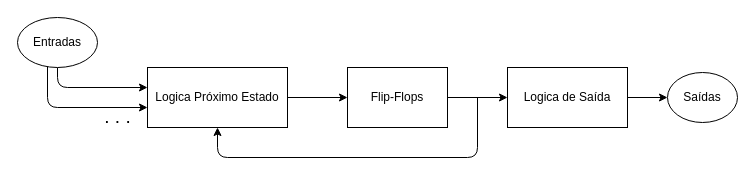
Above: Relatorios/FSM/MaquinaMoore.drawio in LPI-2020/AWR-19 (draw.io), before the change. Source tidied: cells renumbered, new cells numbered last; positions are measured from the earlier drawing's top-left corner, leaving out a move shared by most shapes. Both pictures are drawn from the tidied source at 100%, with x=0, y=0 at pixel (17, 17).
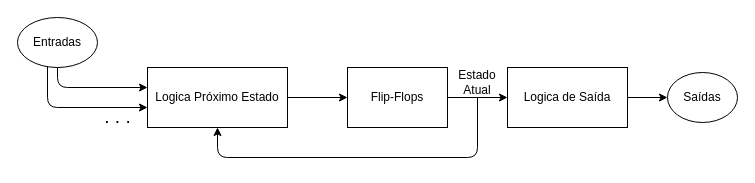
The same diagram, later.

What changed in the source:
```diff
@@
+    <mxCell id="14" value="Estado Atual" style="text;html=1;strokeColor=none;fillColor=none;align=center;verticalAlign=middle;whiteSpace=wrap;rounded=0;" parent="1" vertex="1">
+      <mxGeometry x="440" y="55" width="40" height="20" as="geometry" />
+    </mxCell>
```
